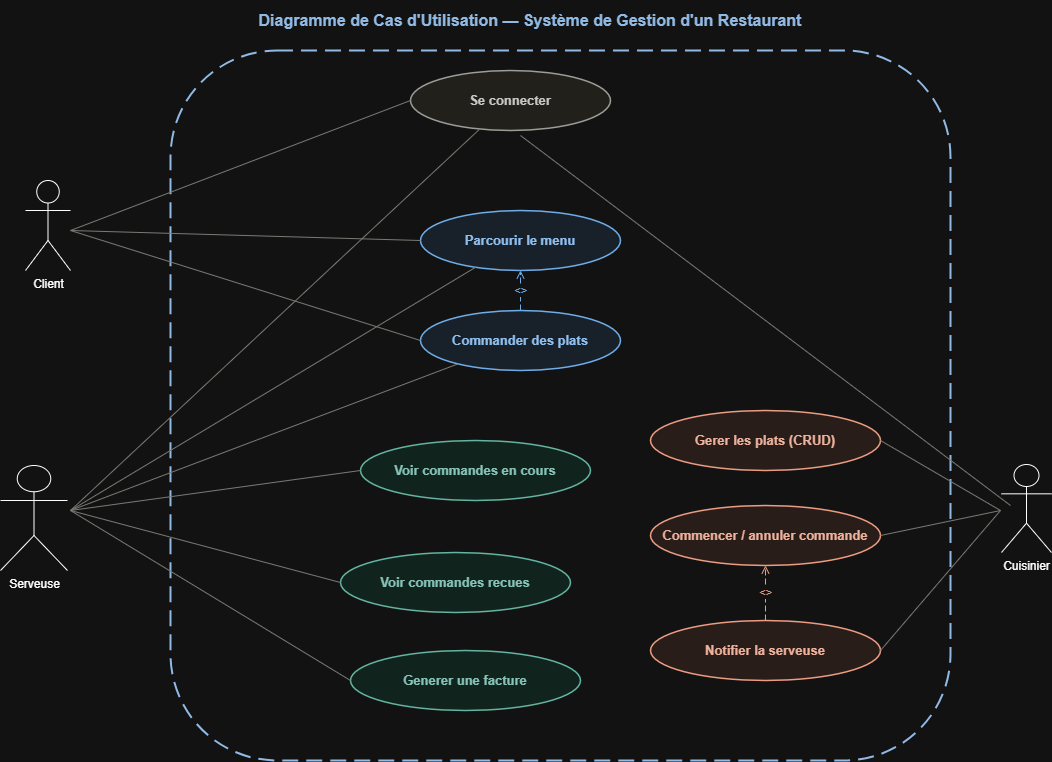
Above: Système de gestion d'un restaurant en Java/conception/Diagramme de Cas d'Utilisation — Système de Gestion d'un Restaurant.png in AhmedA0UN/meni-projet-java2-cpi2 (draw.io), before the change. Source tidied: cells renumbered, new cells last; positions are measured from the earlier drawing's top-left corner, leaving out a move shared by most shapes. The source it was exported from:
```xml
<mxGraphModel>
  <root>
    <mxCell id="0" />
    <mxCell id="1" parent="0" />
    <mxCell id="2" value="Diagramme de Cas d'Utilisation — Système de Gestion d'un Restaurant" style="text;html=1;strokeColor=none;fillColor=none;align=center;verticalAlign=middle;whiteSpace=wrap;rounded=0;fontSize=16;fontStyle=1;fontColor=#1A4A7C;" parent="1" vertex="1">
      <mxGeometry x="30" width="1000" height="40" as="geometry" />
    </mxCell>
    <mxCell id="3" style="rounded=1;whiteSpace=wrap;html=1;fillColor=none;strokeColor=#1A4A7C;strokeWidth=2;dashed=1;dashPattern=8 4;verticalAlign=top;fontSize=13;fontStyle=1;fontColor=#1A4A7C;" parent="1" vertex="1">
      <mxGeometry x="170" y="50" width="780" height="710" as="geometry" />
    </mxCell>
    <mxCell id="4" value="Se connecter" style="ellipse;whiteSpace=wrap;html=1;fillColor=#F1EFE8;strokeColor=#5F5E5A;strokeWidth=1.5;fontSize=13;fontStyle=1;fontColor=#2C2C2A;" parent="1" vertex="1">
      <mxGeometry x="410" y="70" width="200" height="60" as="geometry" />
    </mxCell>
    <mxCell id="5" value="Parcourir le menu" style="ellipse;whiteSpace=wrap;html=1;fillColor=#E6F1FB;strokeColor=#185FA5;strokeWidth=1.5;fontSize=13;fontStyle=1;fontColor=#0C447C;" parent="1" vertex="1">
      <mxGeometry x="420" y="210" width="200" height="60" as="geometry" />
    </mxCell>
    <mxCell id="6" value="Commander des plats" style="ellipse;whiteSpace=wrap;html=1;fillColor=#E6F1FB;strokeColor=#185FA5;strokeWidth=1.5;fontSize=13;fontStyle=1;fontColor=#0C447C;" parent="1" vertex="1">
      <mxGeometry x="420" y="310" width="200" height="60" as="geometry" />
    </mxCell>
    <mxCell id="7" value="Voir commandes en cours" style="ellipse;whiteSpace=wrap;html=1;fillColor=#E1F5EE;strokeColor=#0F6E56;strokeWidth=1.5;fontSize=13;fontStyle=1;fontColor=#085041;" parent="1" vertex="1">
      <mxGeometry x="360" y="440" width="230" height="60" as="geometry" />
    </mxCell>
    <mxCell id="8" value="Voir commandes recues" style="ellipse;whiteSpace=wrap;html=1;fillColor=#E1F5EE;strokeColor=#0F6E56;strokeWidth=1.5;fontSize=13;fontStyle=1;fontColor=#085041;" parent="1" vertex="1">
      <mxGeometry x="340" y="552" width="230" height="60" as="geometry" />
    </mxCell>
    <mxCell id="9" value="Generer une facture" style="ellipse;whiteSpace=wrap;html=1;fillColor=#E1F5EE;strokeColor=#0F6E56;strokeWidth=1.5;fontSize=13;fontStyle=1;fontColor=#085041;" parent="1" vertex="1">
      <mxGeometry x="350" y="650" width="230" height="60" as="geometry" />
    </mxCell>
    <mxCell id="10" value="Gerer les plats (CRUD)" style="ellipse;whiteSpace=wrap;html=1;fillColor=#FAECE7;strokeColor=#993C1D;strokeWidth=1.5;fontSize=13;fontStyle=1;fontColor=#712B13;" parent="1" vertex="1">
      <mxGeometry x="650" y="410" width="230" height="60" as="geometry" />
    </mxCell>
    <mxCell id="11" value="Commencer / annuler commande" style="ellipse;whiteSpace=wrap;html=1;fillColor=#FAECE7;strokeColor=#993C1D;strokeWidth=1.5;fontSize=13;fontStyle=1;fontColor=#712B13;" parent="1" vertex="1">
      <mxGeometry x="650" y="505" width="230" height="60" as="geometry" />
    </mxCell>
    <mxCell id="12" value="Notifier la serveuse" style="ellipse;whiteSpace=wrap;html=1;fillColor=#FAECE7;strokeColor=#993C1D;strokeWidth=1.5;fontSize=13;fontStyle=1;fontColor=#712B13;" parent="1" vertex="1">
      <mxGeometry x="650" y="620" width="230" height="60" as="geometry" />
    </mxCell>
    <mxCell id="13" style="html=1;exitX=1;exitY=0.5;exitDx=0;exitDy=0;entryX=0;entryY=0.5;entryDx=0;entryDy=0;endArrow=none;strokeColor=#888780;" parent="1" edge="1" target="4">
      <mxGeometry relative="1" as="geometry">
        <mxPoint x="70" y="230" as="sourcePoint" />
      </mxGeometry>
    </mxCell>
    <mxCell id="14" style="html=1;exitX=1;exitY=0.5;exitDx=0;exitDy=0;entryX=0;entryY=0.5;entryDx=0;entryDy=0;endArrow=none;strokeColor=#888780;" parent="1" edge="1" target="5">
      <mxGeometry relative="1" as="geometry">
        <mxPoint x="70" y="230" as="sourcePoint" />
      </mxGeometry>
    </mxCell>
    <mxCell id="15" style="html=1;exitX=1;exitY=0.5;exitDx=0;exitDy=0;entryX=0;entryY=0.5;entryDx=0;entryDy=0;endArrow=none;strokeColor=#888780;" parent="1" edge="1" target="6">
      <mxGeometry relative="1" as="geometry">
        <mxPoint x="70" y="230" as="sourcePoint" />
      </mxGeometry>
    </mxCell>
    <mxCell id="16" style="html=1;endArrow=none;strokeColor=#888780;" parent="1" edge="1" target="4">
      <mxGeometry relative="1" as="geometry">
        <mxPoint x="70" y="510" as="sourcePoint" />
      </mxGeometry>
    </mxCell>
    <mxCell id="17" style="html=1;endArrow=none;strokeColor=#888780;" parent="1" edge="1" target="5">
      <mxGeometry relative="1" as="geometry">
        <mxPoint x="70" y="510" as="sourcePoint" />
      </mxGeometry>
    </mxCell>
    <mxCell id="18" style="html=1;endArrow=none;strokeColor=#888780;" parent="1" edge="1" target="6">
      <mxGeometry relative="1" as="geometry">
        <mxPoint x="70" y="510" as="sourcePoint" />
      </mxGeometry>
    </mxCell>
    <mxCell id="19" style="html=1;exitX=1;exitY=0.5;exitDx=0;exitDy=0;entryX=0;entryY=0.5;entryDx=0;entryDy=0;endArrow=none;strokeColor=#888780;" parent="1" edge="1" target="7">
      <mxGeometry relative="1" as="geometry">
        <mxPoint x="70" y="510" as="sourcePoint" />
      </mxGeometry>
    </mxCell>
    <mxCell id="20" style="html=1;exitX=1;exitY=0.5;exitDx=0;exitDy=0;entryX=0;entryY=0.5;entryDx=0;entryDy=0;endArrow=none;strokeColor=#888780;" parent="1" edge="1" target="8">
      <mxGeometry relative="1" as="geometry">
        <mxPoint x="70" y="510" as="sourcePoint" />
      </mxGeometry>
    </mxCell>
    <mxCell id="21" style="html=1;exitX=1;exitY=0.5;exitDx=0;exitDy=0;entryX=0;entryY=0.5;entryDx=0;entryDy=0;endArrow=none;strokeColor=#888780;" parent="1" edge="1" target="9">
      <mxGeometry relative="1" as="geometry">
        <mxPoint x="70" y="510" as="sourcePoint" />
      </mxGeometry>
    </mxCell>
    <mxCell id="22" style="html=1;endArrow=none;strokeColor=#888780;" parent="1" edge="1">
      <mxGeometry relative="1" as="geometry">
        <mxPoint x="1010" y="505" as="sourcePoint" />
        <mxPoint x="520" y="135" as="targetPoint" />
      </mxGeometry>
    </mxCell>
    <mxCell id="23" style="html=1;exitX=0;exitY=0.5;exitDx=0;exitDy=0;entryX=1;entryY=0.5;entryDx=0;entryDy=0;endArrow=none;strokeColor=#888780;" parent="1" edge="1" target="10">
      <mxGeometry relative="1" as="geometry">
        <mxPoint x="1000" y="510" as="sourcePoint" />
      </mxGeometry>
    </mxCell>
    <mxCell id="24" style="html=1;exitX=0;exitY=0.5;exitDx=0;exitDy=0;entryX=1;entryY=0.5;entryDx=0;entryDy=0;endArrow=none;strokeColor=#888780;" parent="1" edge="1" target="11">
      <mxGeometry relative="1" as="geometry">
        <mxPoint x="1000" y="510" as="sourcePoint" />
      </mxGeometry>
    </mxCell>
    <mxCell id="25" style="html=1;exitX=0;exitY=0.5;exitDx=0;exitDy=0;entryX=1;entryY=0.5;entryDx=0;entryDy=0;endArrow=none;strokeColor=#888780;" parent="1" edge="1" target="12">
      <mxGeometry relative="1" as="geometry">
        <mxPoint x="1000" y="510" as="sourcePoint" />
      </mxGeometry>
    </mxCell>
    <mxCell id="26" value="&lt;&lt;include&gt;&gt;" style="edgeStyle=orthogonalEdgeStyle;html=1;dashed=1;dashPattern=6 3;endArrow=open;endFill=0;strokeColor=#185FA5;fontColor=#185FA5;fontSize=11;fontStyle=2;" parent="1" edge="1" source="6" target="5">
      <mxGeometry relative="1" as="geometry" />
    </mxCell>
    <mxCell id="27" value="&lt;&lt;include&gt;&gt;" style="edgeStyle=orthogonalEdgeStyle;html=1;dashed=1;dashPattern=6 3;endArrow=open;endFill=0;strokeColor=#993C1D;fontColor=#993C1D;fontSize=11;fontStyle=2;" parent="1" edge="1" source="12" target="11">
      <mxGeometry relative="1" as="geometry" />
    </mxCell>
    <mxCell id="28" value="Client" style="shape=umlActor;verticalLabelPosition=bottom;verticalAlign=top;html=1;" parent="1" vertex="1">
      <mxGeometry x="25" y="180" width="45" height="90" as="geometry" />
    </mxCell>
    <mxCell id="29" value="Serveuse" style="shape=umlActor;verticalLabelPosition=bottom;verticalAlign=top;html=1;" parent="1" vertex="1">
      <mxGeometry y="465" width="67" height="105" as="geometry" />
    </mxCell>
    <mxCell id="30" value="Cuisinier" style="shape=umlActor;verticalLabelPosition=bottom;verticalAlign=top;html=1;" parent="1" vertex="1">
      <mxGeometry x="1001" y="464" width="50" height="88" as="geometry" />
    </mxCell>
  </root>
</mxGraphModel>
```
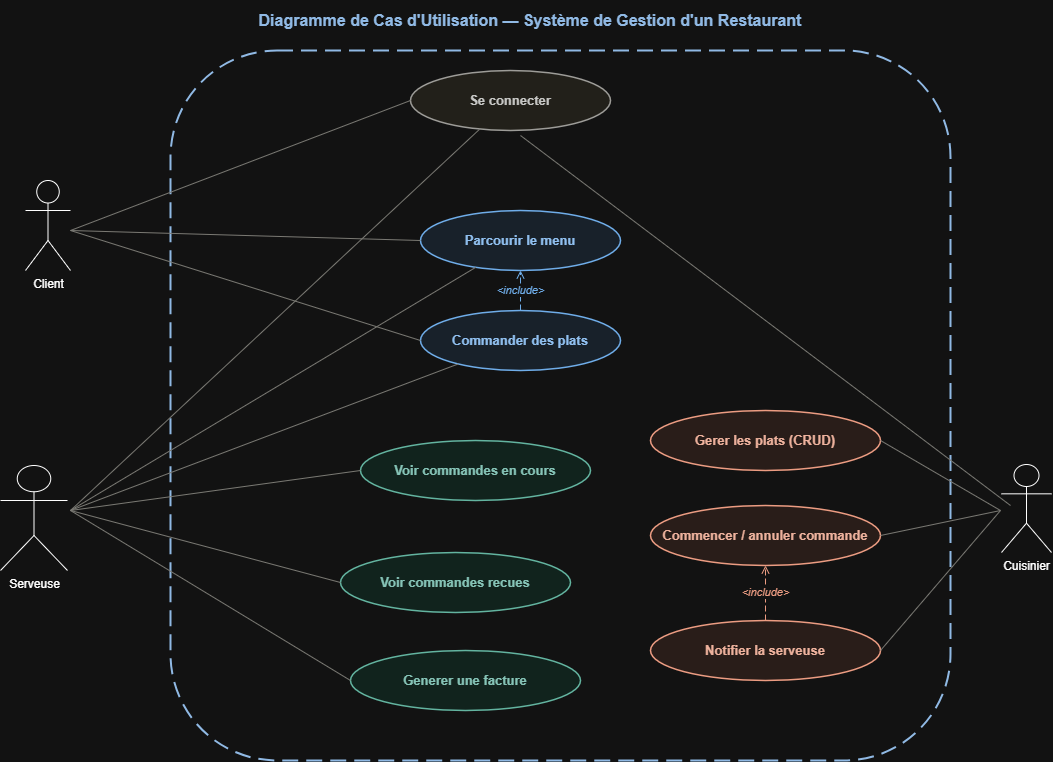
Later version of the same file.

Commit message:
ajouter un document sources

Change to the diagram source:
```diff
@@ -101,10 +101,10 @@
         <mxPoint x="1000" y="510" as="sourcePoint" />
       </mxGeometry>
     </mxCell>
-    <mxCell id="26" value="&lt;&lt;include&gt;&gt;" style="edgeStyle=orthogonalEdgeStyle;html=1;dashed=1;dashPattern=6 3;endArrow=open;endFill=0;strokeColor=#185FA5;fontColor=#185FA5;fontSize=11;fontStyle=2;" parent="1" edge="1" source="6" target="5">
+    <mxCell id="26" value="&amp;lt;include&amp;gt;" style="edgeStyle=orthogonalEdgeStyle;html=1;dashed=1;dashPattern=6 3;endArrow=open;endFill=0;strokeColor=#185FA5;fontColor=#185FA5;fontSize=11;fontStyle=2;" parent="1" edge="1" source="6" target="5">
       <mxGeometry relative="1" as="geometry" />
     </mxCell>
-    <mxCell id="27" value="&lt;&lt;include&gt;&gt;" style="edgeStyle=orthogonalEdgeStyle;html=1;dashed=1;dashPattern=6 3;endArrow=open;endFill=0;strokeColor=#993C1D;fontColor=#993C1D;fontSize=11;fontStyle=2;" parent="1" edge="1" source="12" target="11">
+    <mxCell id="27" value="&amp;lt;include&amp;gt;" style="edgeStyle=orthogonalEdgeStyle;html=1;dashed=1;dashPattern=6 3;endArrow=open;endFill=0;strokeColor=#993C1D;fontColor=#993C1D;fontSize=11;fontStyle=2;" parent="1" edge="1" source="12" target="11">
       <mxGeometry relative="1" as="geometry" />
     </mxCell>
     <mxCell id="28" value="Client" style="shape=umlActor;verticalLabelPosition=bottom;verticalAlign=top;html=1;" parent="1" vertex="1">
```
